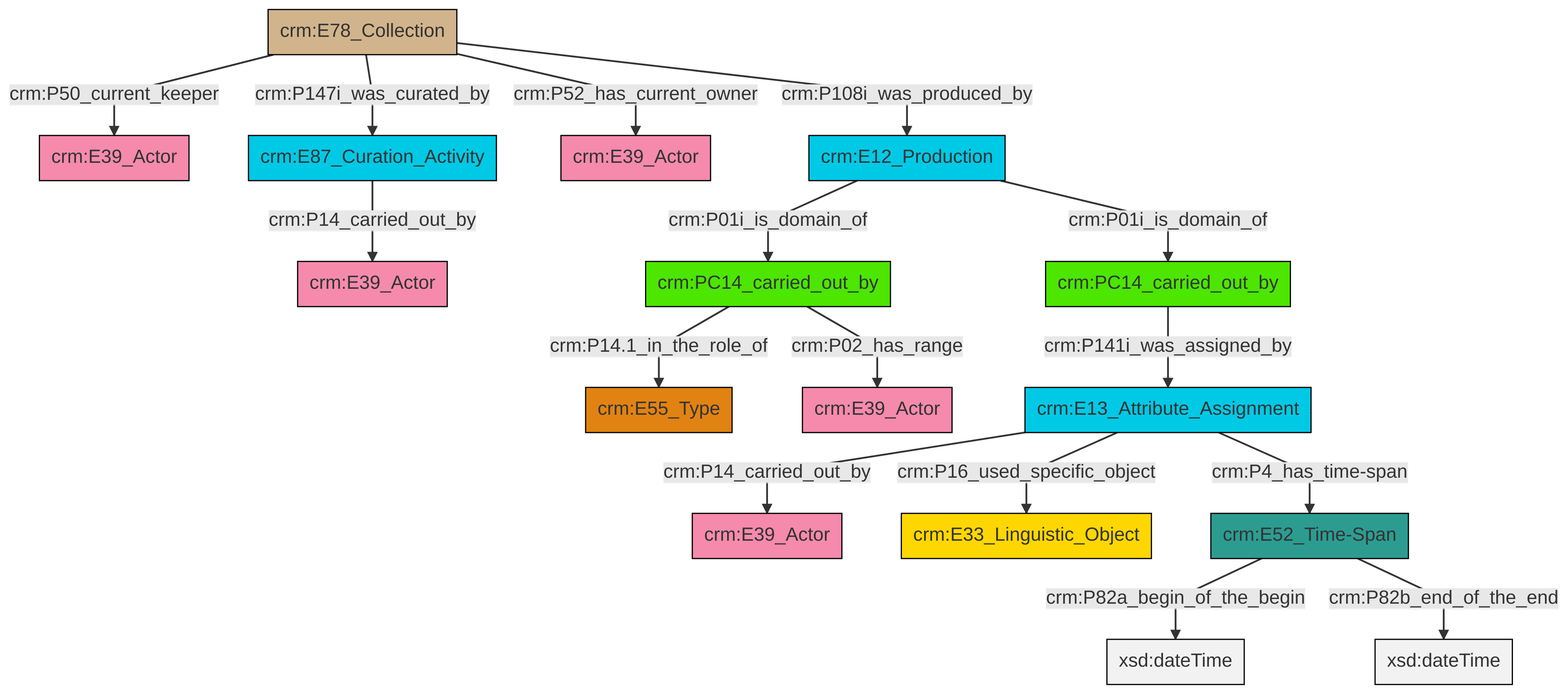
Before: et/archivalCSV/ttl/mmd/png/archival_relation.png, a diagram exported from Mermaid (swiss-art-research-net/docs.swissartresearch). Its source is kept beside it as et/archivalCSV/ttl/mmd/archival_relation.ttl.mmd.
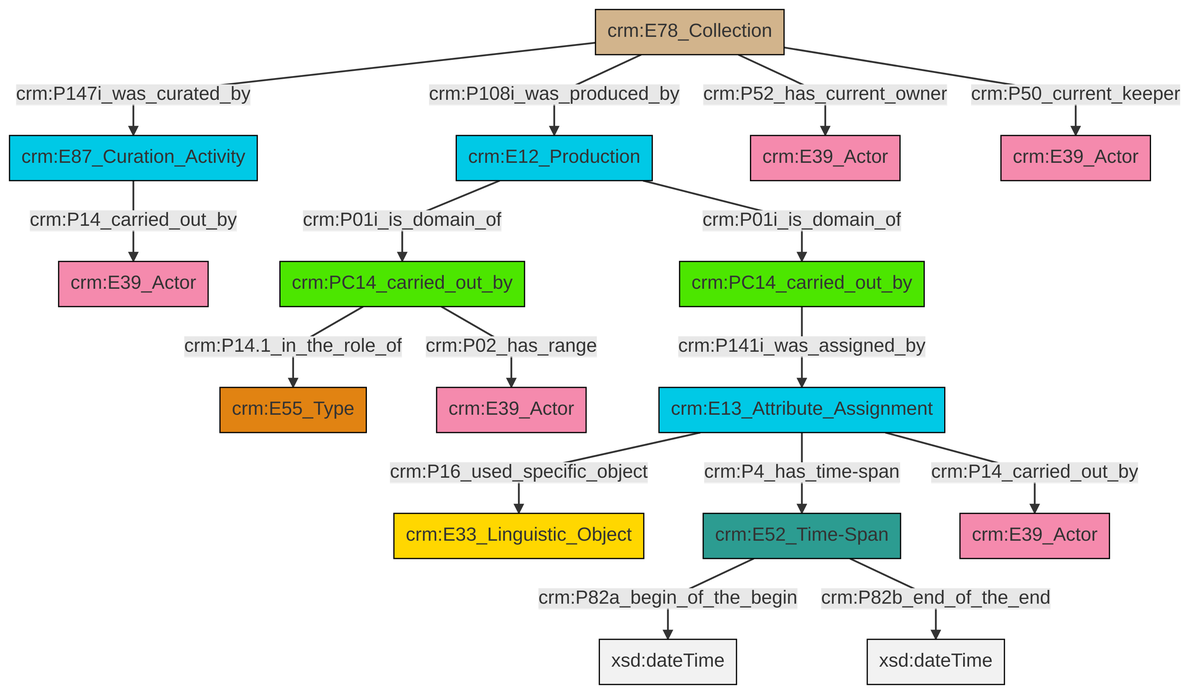
The same diagram one commit later.

What changed in the source:
```diff
@@ -14,17 +14,17 @@
 classDef Multi fill:#cccccc,stroke:#000000;
 
 0["crm:PC14_carried_out_by"]:::PC_Classes -->|crm:P14.1_in_the_role_of| 1["crm:E55_Type"]:::Type
-2["crm:E12_Production"]:::Temporal_Entity -->|crm:P01i_is_domain_of| 0["crm:PC14_carried_out_by"]:::PC_Classes
-3["crm:E78_Collection"]:::Physical_Thing -->|crm:P50_current_keeper| 4["crm:E39_Actor"]:::Actor
-9["crm:E52_Time-Span"]:::Time-Span -->|crm:P82a_begin_of_the_begin| 10[xsd:dateTime]:::Literal
-3["crm:E78_Collection"]:::Physical_Thing -->|crm:P147i_was_curated_by| 11["crm:E87_Curation_Activity"]:::Temporal_Entity
-9["crm:E52_Time-Span"]:::Time-Span -->|crm:P82b_end_of_the_end| 15[xsd:dateTime]:::Literal
-0["crm:PC14_carried_out_by"]:::PC_Classes -->|crm:P02_has_range| 16["crm:E39_Actor"]:::Actor
-5["crm:E13_Attribute_Assignment"]:::Temporal_Entity -->|crm:P14_carried_out_by| 21["crm:E39_Actor"]:::Actor
-3["crm:E78_Collection"]:::Physical_Thing -->|crm:P52_has_current_owner| 17["crm:E39_Actor"]:::Actor
-3["crm:E78_Collection"]:::Physical_Thing -->|crm:P108i_was_produced_by| 2["crm:E12_Production"]:::Temporal_Entity
-5["crm:E13_Attribute_Assignment"]:::Temporal_Entity -->|crm:P16_used_specific_object| 25["crm:E33_Linguistic_Object"]:::Conceptual_Object
-2["crm:E12_Production"]:::Temporal_Entity -->|crm:P01i_is_domain_of| 19["crm:PC14_carried_out_by"]:::PC_Classes
-19["crm:PC14_carried_out_by"]:::PC_Classes -->|crm:P141i_was_assigned_by| 5["crm:E13_Attribute_Assignment"]:::Temporal_Entity
-5["crm:E13_Attribute_Assignment"]:::Temporal_Entity -->|crm:P4_has_time-span| 9["crm:E52_Time-Span"]:::Time-Span
-11["crm:E87_Curation_Activity"]:::Temporal_Entity -->|crm:P14_carried_out_by| 13["crm:E39_Actor"]:::Actor
+8["crm:E52_Time-Span"]:::Time-Span -->|crm:P82a_begin_of_the_begin| 9[xsd:dateTime]:::Literal
+5["crm:E78_Collection"]:::Physical_Thing -->|crm:P147i_was_curated_by| 10["crm:E87_Curation_Activity"]:::Temporal_Entity
+14["crm:E13_Attribute_Assignment"]:::Temporal_Entity -->|crm:P16_used_specific_object| 15["crm:E33_Linguistic_Object"]:::Conceptual_Object
+14["crm:E13_Attribute_Assignment"]:::Temporal_Entity -->|crm:P4_has_time-span| 8["crm:E52_Time-Span"]:::Time-Span
+0["crm:PC14_carried_out_by"]:::PC_Classes -->|crm:P02_has_range| 22["crm:E39_Actor"]:::Actor
+5["crm:E78_Collection"]:::Physical_Thing -->|crm:P108i_was_produced_by| 17["crm:E12_Production"]:::Temporal_Entity
+5["crm:E78_Collection"]:::Physical_Thing -->|crm:P52_has_current_owner| 23["crm:E39_Actor"]:::Actor
+8["crm:E52_Time-Span"]:::Time-Span -->|crm:P82b_end_of_the_end| 25[xsd:dateTime]:::Literal
+3["crm:PC14_carried_out_by"]:::PC_Classes -->|crm:P141i_was_assigned_by| 14["crm:E13_Attribute_Assignment"]:::Temporal_Entity
+17["crm:E12_Production"]:::Temporal_Entity -->|crm:P01i_is_domain_of| 0["crm:PC14_carried_out_by"]:::PC_Classes
+17["crm:E12_Production"]:::Temporal_Entity -->|crm:P01i_is_domain_of| 3["crm:PC14_carried_out_by"]:::PC_Classes
+5["crm:E78_Collection"]:::Physical_Thing -->|crm:P50_current_keeper| 26["crm:E39_Actor"]:::Actor
+14["crm:E13_Attribute_Assignment"]:::Temporal_Entity -->|crm:P14_carried_out_by| 12["crm:E39_Actor"]:::Actor
+10["crm:E87_Curation_Activity"]:::Temporal_Entity -->|crm:P14_carried_out_by| 19["crm:E39_Actor"]:::Actor
```
